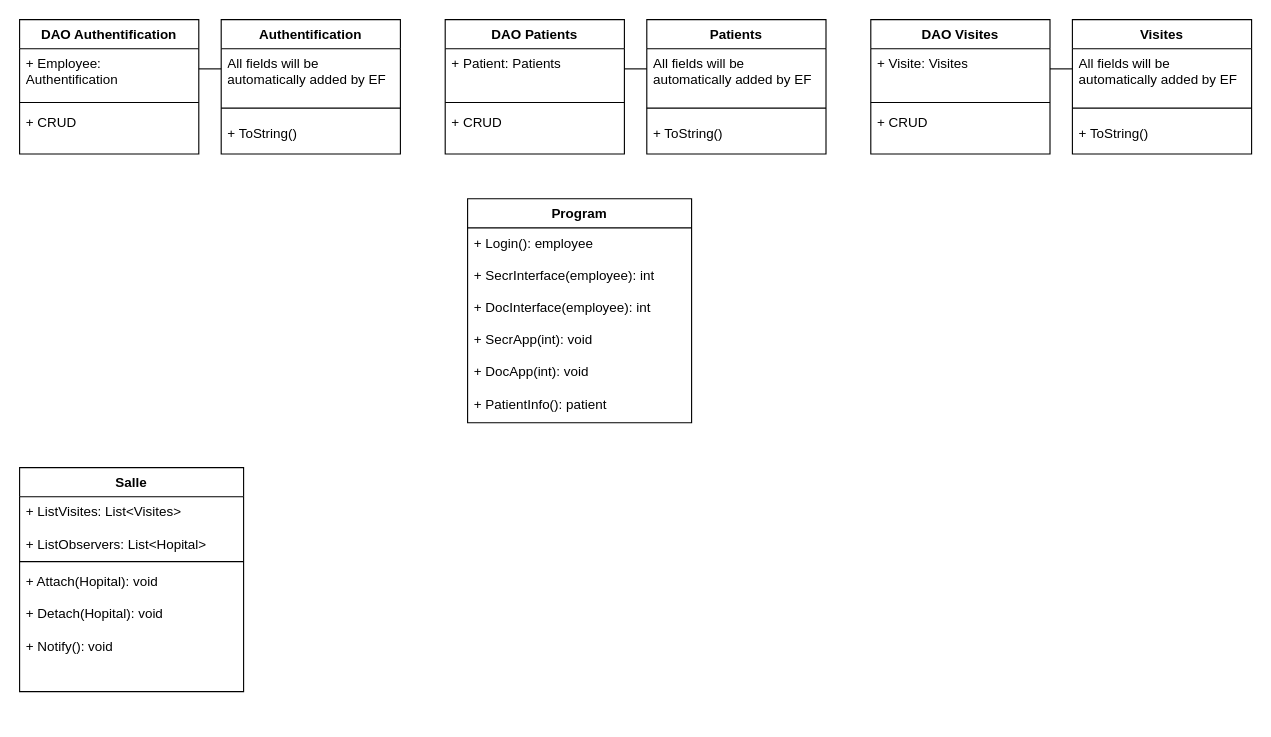
The draw.io diagram DiagHopital.drawio in Pierre-Eloi/AJC_ProjetHopital, before the edit. Source tidied: cells renumbered, new cells numbered last; positions are measured from the earlier drawing's top-left corner, leaving out a move shared by most shapes. Both pictures are drawn from the tidied source at 112%, with x=0, y=0 at pixel (19, 19).
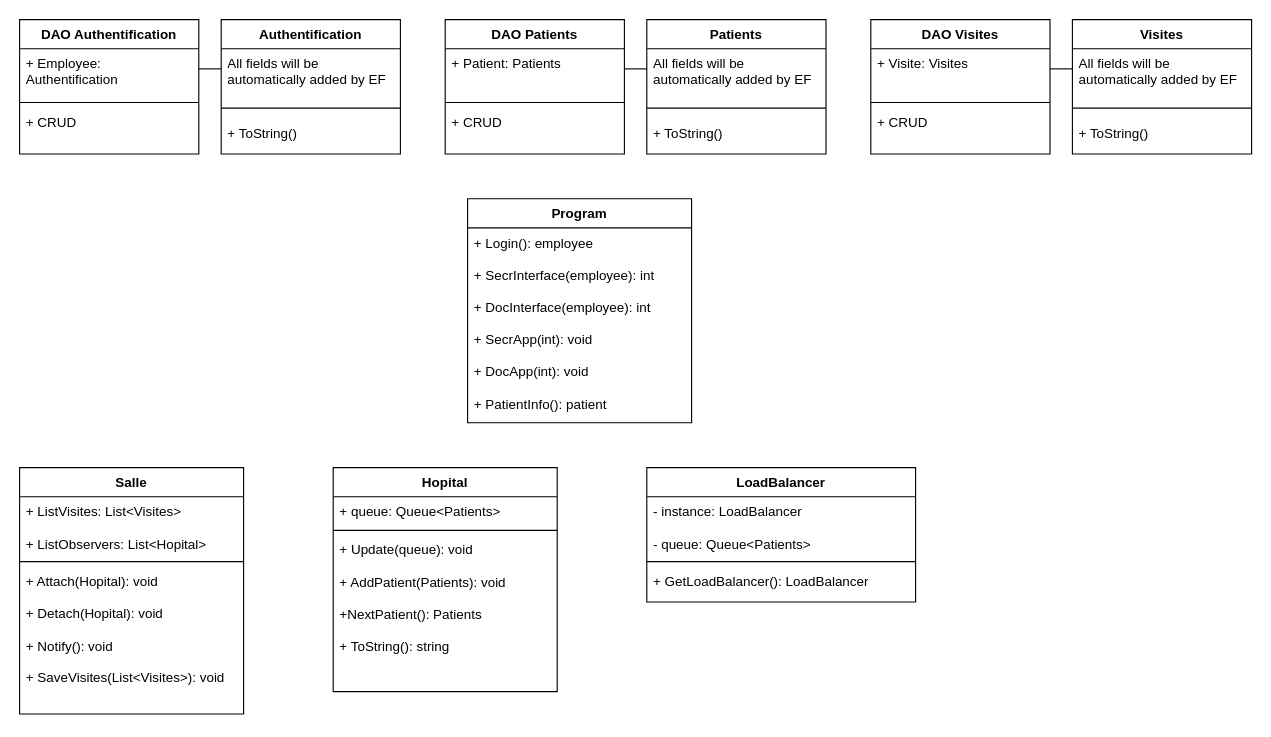
The same diagram, later.

Commit message (it also covers changes not shown here):
Mettre à jour DiagHopital.drawio

Change to the diagram source:
```diff
@@
     <mxCell id="31" value="Salle" style="swimlane;fontStyle=1;align=center;verticalAlign=top;horizontal=1;startSize=26;whiteSpace=wrap;html=1;" parent="1" vertex="1">
-      <mxGeometry y="400" width="200" height="200" as="geometry" />
+      <mxGeometry y="400" width="200" height="220" as="geometry" />
     </mxCell>
@@
-    <mxCell id="34" value="+ Attach(Hopital): void&lt;br&gt;&lt;br&gt;+ Detach(Hopital): void&lt;br&gt;&lt;br&gt;+ Notify(): void" style="text;strokeColor=none;fillColor=none;align=left;verticalAlign=top;spacingLeft=4;spacingRight=4;overflow=hidden;whiteSpace=wrap;html=1;" parent="31" vertex="1">
-      <mxGeometry y="88" width="200" height="112" as="geometry" />
+    <mxCell id="34" value="+ Attach(Hopital): void&lt;br&gt;&lt;br&gt;+ Detach(Hopital): void&lt;br&gt;&lt;br&gt;+ Notify(): void&lt;br&gt;&lt;br&gt;+ SaveVisites(List&amp;lt;Visites&amp;gt;): void" style="text;strokeColor=none;fillColor=none;align=left;verticalAlign=top;spacingLeft=4;spacingRight=4;overflow=hidden;whiteSpace=wrap;html=1;" parent="31" vertex="1">
+      <mxGeometry y="88" width="200" height="132" as="geometry" />
     </mxCell>
+    <mxCell id="35" value="Hopital" style="swimlane;fontStyle=1;align=center;verticalAlign=top;horizontal=1;startSize=26;whiteSpace=wrap;html=1;" parent="1" vertex="1">
+      <mxGeometry x="280" y="400" width="200" height="200" as="geometry" />
+    </mxCell>
+    <mxCell id="36" value="+ queue: Queue&amp;lt;Patients&amp;gt;" style="text;strokeColor=none;fillColor=none;align=left;verticalAlign=top;spacingLeft=4;spacingRight=4;overflow=hidden;whiteSpace=wrap;html=1;" parent="35" vertex="1">
+      <mxGeometry y="26" width="200" height="26" as="geometry" />
+    </mxCell>
+    <mxCell id="37" style="line;strokeWidth=1;fillColor=none;align=left;verticalAlign=middle;spacingTop=-1;spacingLeft=3;spacingRight=3;labelPosition=right;strokeColor=inherit;" parent="35" vertex="1">
+      <mxGeometry y="52" width="200" height="8" as="geometry" />
+    </mxCell>
+    <mxCell id="38" value="+ Update(queue): void&lt;br&gt;&lt;br&gt;+ AddPatient(Patients): void&lt;br&gt;&lt;br&gt;+NextPatient(): Patients&lt;br&gt;&lt;br&gt;+ ToString(): string" style="text;strokeColor=none;fillColor=none;align=left;verticalAlign=top;spacingLeft=4;spacingRight=4;overflow=hidden;whiteSpace=wrap;html=1;" parent="35" vertex="1">
+      <mxGeometry y="60" width="200" height="140" as="geometry" />
+    </mxCell>
+    <mxCell id="39" value="LoadBalancer" style="swimlane;fontStyle=1;align=center;verticalAlign=top;horizontal=1;startSize=26;whiteSpace=wrap;html=1;" parent="1" vertex="1">
+      <mxGeometry x="560" y="400" width="240" height="120" as="geometry" />
+    </mxCell>
+    <mxCell id="40" value="- instance: LoadBalancer&lt;br&gt;&lt;br&gt;- queue: Queue&amp;lt;Patients&amp;gt;" style="text;strokeColor=none;fillColor=none;align=left;verticalAlign=top;spacingLeft=4;spacingRight=4;overflow=hidden;whiteSpace=wrap;html=1;" parent="39" vertex="1">
+      <mxGeometry y="26" width="240" height="54" as="geometry" />
+    </mxCell>
+    <mxCell id="41" style="line;strokeWidth=1;fillColor=none;align=left;verticalAlign=middle;spacingTop=-1;spacingLeft=3;spacingRight=3;labelPosition=right;strokeColor=inherit;" parent="39" vertex="1">
+      <mxGeometry y="80" width="240" height="8" as="geometry" />
+    </mxCell>
+    <mxCell id="42" value="+ GetLoadBalancer(): LoadBalancer" style="text;strokeColor=none;fillColor=none;align=left;verticalAlign=top;spacingLeft=4;spacingRight=4;overflow=hidden;whiteSpace=wrap;html=1;" parent="39" vertex="1">
+      <mxGeometry y="88" width="240" height="32" as="geometry" />
+    </mxCell>
```
